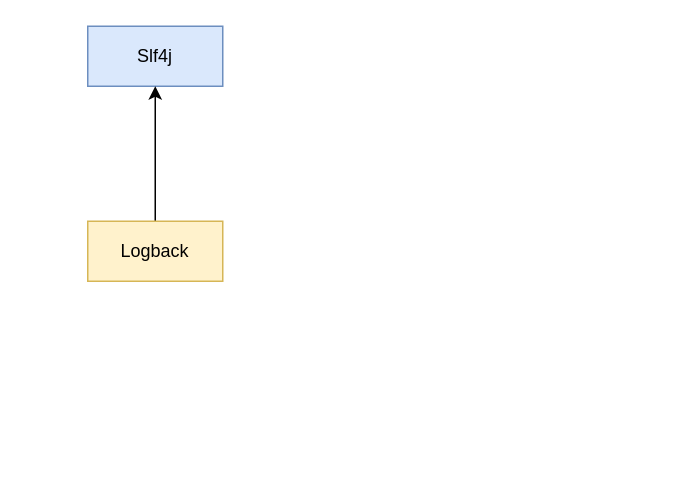
This is Java日志体系.drawio from plx927/Java-Core-learning, a draw.io file, before an edit. Source tidied: cells renumbered, new cells numbered last; positions are measured from the earlier drawing's top-left corner, leaving out a move shared by most shapes. Both pictures are drawn from the tidied source at 150%, with x=0, y=0 at pixel (87, 26).
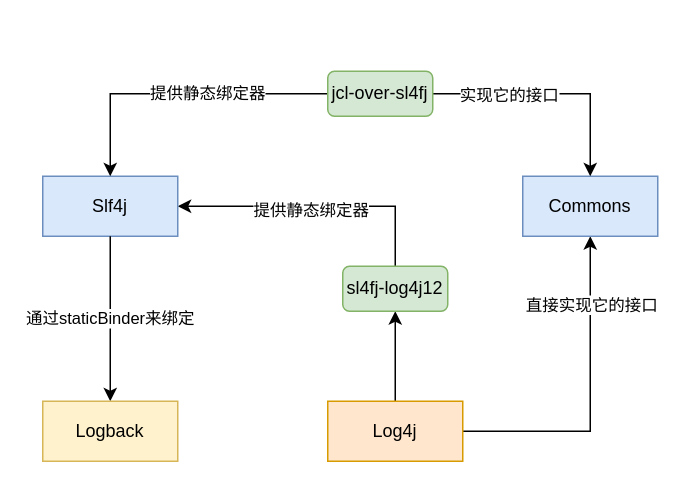
Above is the later version.

Commit message (it also covers changes not shown here):
更新Java日志体系.drawio

The edit, as a diff of the source:
```diff
@@
 <mxGraphModel>
   <root>
     <mxCell id="0" />
     <mxCell id="1" parent="0" />
+    <mxCell id="5" style="edgeStyle=orthogonalEdgeStyle;rounded=0;jettySize=auto;html=1;entryX=0.5;entryY=0;entryDx=0;entryDy=0;endArrow=none;endFill=0;startArrow=classic;startFill=1;" parent="1" edge="1" source="2" target="11">
+      <mxGeometry relative="1" as="geometry" />
+    </mxCell>
+    <mxCell id="6" value="提供静态绑定器" style="edgeLabel;html=1;align=center;verticalAlign=middle;" parent="5" vertex="1">
+      <mxGeometry x="-0.05" y="-2" relative="1" as="geometry" />
+    </mxCell>
     <mxCell id="2" value="Slf4j" style="rounded=0;whiteSpace=wrap;html=1;fillColor=#dae8fc;strokeColor=#6c8ebf;" parent="1" vertex="1">
-      <mxGeometry width="90" height="40" as="geometry" />
+      <mxGeometry x="-30" y="100" width="90" height="40" as="geometry" />
     </mxCell>
-    <mxCell id="3" style="edgeStyle=orthogonalEdgeStyle;rounded=0;jettySize=auto;html=1;" parent="1" edge="1" source="4" target="2">
+    <mxCell id="3" value="通过staticBinder来绑定" style="edgeStyle=orthogonalEdgeStyle;rounded=0;jettySize=auto;html=1;endArrow=none;endFill=0;startArrow=classic;startFill=1;" parent="1" edge="1" source="4" target="2">
       <mxGeometry relative="1" as="geometry" />
     </mxCell>
     <mxCell id="4" value="Logback" style="rounded=0;whiteSpace=wrap;html=1;fillColor=#fff2cc;strokeColor=#d6b656;" parent="1" vertex="1">
-      <mxGeometry y="130" width="90" height="40" as="geometry" />
+      <mxGeometry x="-30" y="250" width="90" height="40" as="geometry" />
     </mxCell>
+    <mxCell id="7" style="edgeStyle=orthogonalEdgeStyle;rounded=0;jettySize=auto;html=1;" parent="1" edge="1" source="10" target="11">
+      <mxGeometry relative="1" as="geometry" />
+    </mxCell>
+    <mxCell id="8" style="edgeStyle=orthogonalEdgeStyle;rounded=0;jettySize=auto;html=1;" parent="1" edge="1" source="10" target="12">
+      <mxGeometry relative="1" as="geometry" />
+    </mxCell>
+    <mxCell id="9" value="直接实现它的接口" style="edgeLabel;html=1;align=center;verticalAlign=middle;" parent="8" vertex="1">
+      <mxGeometry x="0.58" relative="1" as="geometry" />
+    </mxCell>
+    <mxCell id="10" value="Log4j" style="rounded=0;whiteSpace=wrap;html=1;fillColor=#ffe6cc;strokeColor=#d79b00;" parent="1" vertex="1">
+      <mxGeometry x="160" y="250" width="90" height="40" as="geometry" />
+    </mxCell>
+    <mxCell id="11" value="sl4fj-log4j12" style="rounded=1;whiteSpace=wrap;html=1;fillColor=#d5e8d4;strokeColor=#82b366;" parent="1" vertex="1">
+      <mxGeometry x="170" y="160" width="70" height="30" as="geometry" />
+    </mxCell>
+    <mxCell id="12" value="Commons" style="rounded=0;whiteSpace=wrap;html=1;fillColor=#dae8fc;strokeColor=#6c8ebf;" parent="1" vertex="1">
+      <mxGeometry x="290" y="100" width="90" height="40" as="geometry" />
+    </mxCell>
+    <mxCell id="13" value="提供静态绑定器" style="edgeStyle=orthogonalEdgeStyle;rounded=0;jettySize=auto;html=1;entryX=0.5;entryY=0;entryDx=0;entryDy=0;" parent="1" edge="1" source="16" target="2">
+      <mxGeometry x="-0.2" relative="1" as="geometry" />
+    </mxCell>
+    <mxCell id="14" style="edgeStyle=orthogonalEdgeStyle;rounded=0;jettySize=auto;html=1;entryX=0.5;entryY=0;entryDx=0;entryDy=0;startArrow=none;startFill=0;endArrow=classic;endFill=1;" parent="1" edge="1" source="16" target="12">
+      <mxGeometry relative="1" as="geometry" />
+    </mxCell>
+    <mxCell id="15" value="实现它的接口" style="edgeLabel;html=1;align=center;verticalAlign=middle;" parent="14" vertex="1">
+      <mxGeometry x="-0.23" y="-1" relative="1" as="geometry">
+        <mxPoint x="-12" y="-1" as="offset" />
+      </mxGeometry>
+    </mxCell>
+    <mxCell id="16" value="jcl-over-sl4fj" style="rounded=1;whiteSpace=wrap;html=1;fillColor=#d5e8d4;strokeColor=#82b366;" parent="1" vertex="1">
+      <mxGeometry x="160" y="30" width="70" height="30" as="geometry" />
+    </mxCell>
   </root>
 </mxGraphModel>
```
